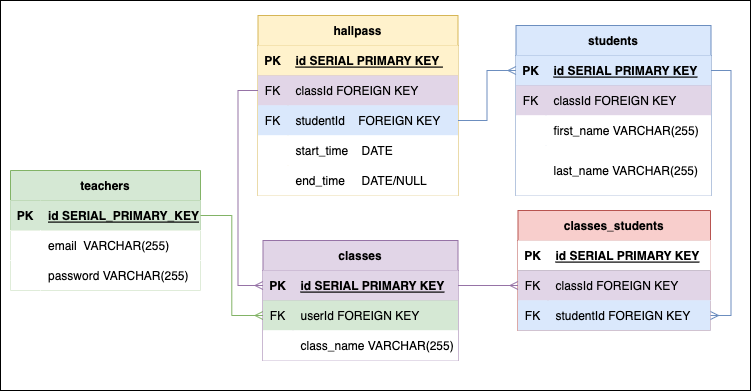
The draw.io diagram hallpassERD.drawio.png in snacksident/hallpass-logger, before a commit. Source tidied: cells renumbered, new cells last; positions are measured from the earlier drawing's top-left corner, leaving out a move shared by most shapes.
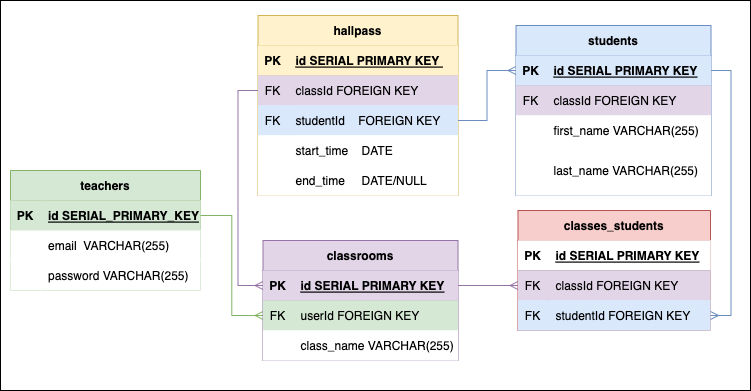
After the commit.

Change to the diagram source:
```diff
@@ -77,7 +77,7 @@
     <mxCell id="26" style="edgeStyle=orthogonalEdgeStyle;rounded=0;jettySize=auto;html=1;endArrow=ERmany;endFill=0;entryX=0;entryY=0.5;entryDx=0;entryDy=0;fillColor=#d5e8d4;strokeColor=#82b366;" parent="1" edge="1" source="4" target="31">
       <mxGeometry relative="1" as="geometry" />
     </mxCell>
-    <mxCell id="27" value="classes" style="shape=table;startSize=30;rowLines=0;fontStyle=1;align=center;strokeColor=#9673a6;fillColor=#e1d5e7;" parent="1" vertex="1">
+    <mxCell id="27" value="classrooms" style="shape=table;startSize=30;rowLines=0;fontStyle=1;align=center;strokeColor=#9673a6;fillColor=#e1d5e7;" parent="1" vertex="1">
       <mxGeometry x="262.5" y="240" width="195" height="120" as="geometry" />
     </mxCell>
     <mxCell id="28" style="shape=tableRow;horizontal=0;startSize=0;swimlaneHead=0;swimlaneBody=0;fillColor=#e1d5e7;points=[[0,0.5],[1,0.5]];portConstraint=eastwest;top=0;left=0;right=0;bottom=1;strokeColor=#9673a6;" parent="27" vertex="1">
```
